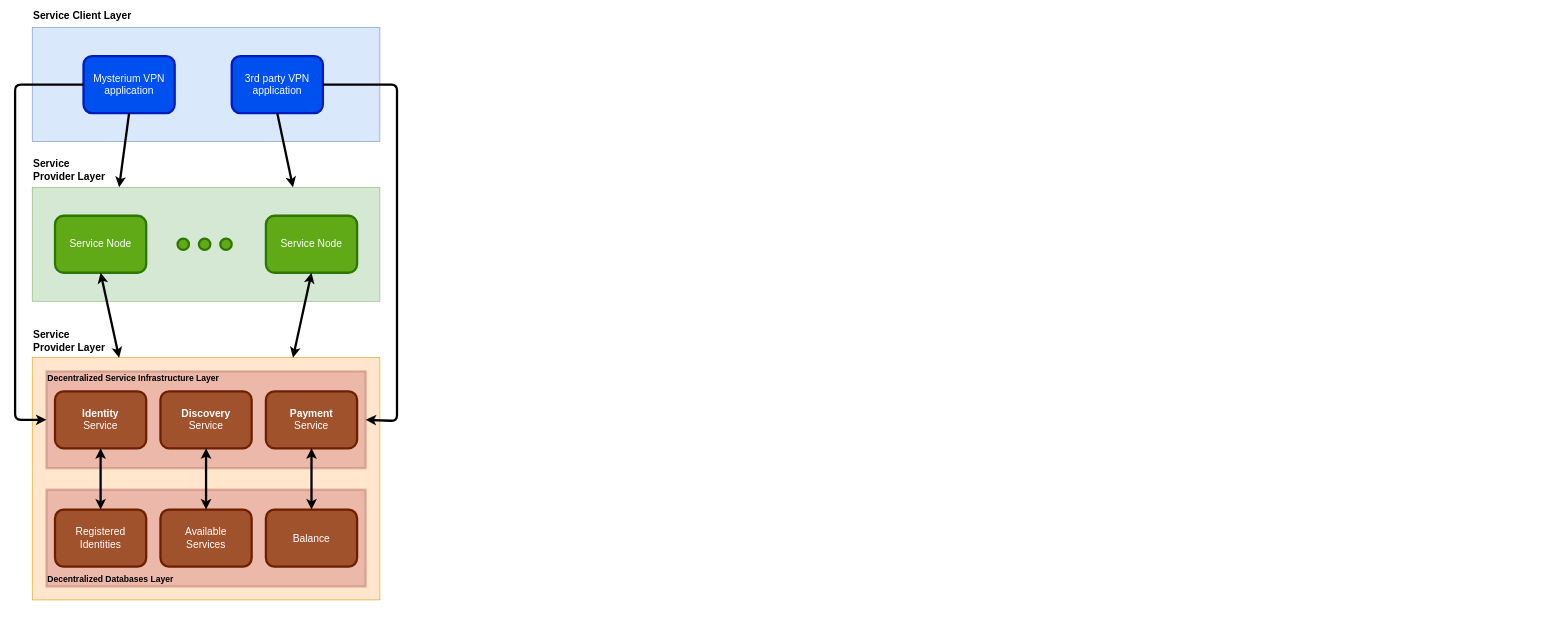
Above: page "Page-4" (4 of 11) of images/images.drawio in ilsergente1993/MasterThesis (draw.io), before the change. Source tidied: cells renumbered, new cells numbered last; positions are measured from the earlier drawing's top-left corner, leaving out a move shared by most shapes. Both pictures are drawn from the tidied source at 57%, with x=0, y=0 at pixel (15, 10).
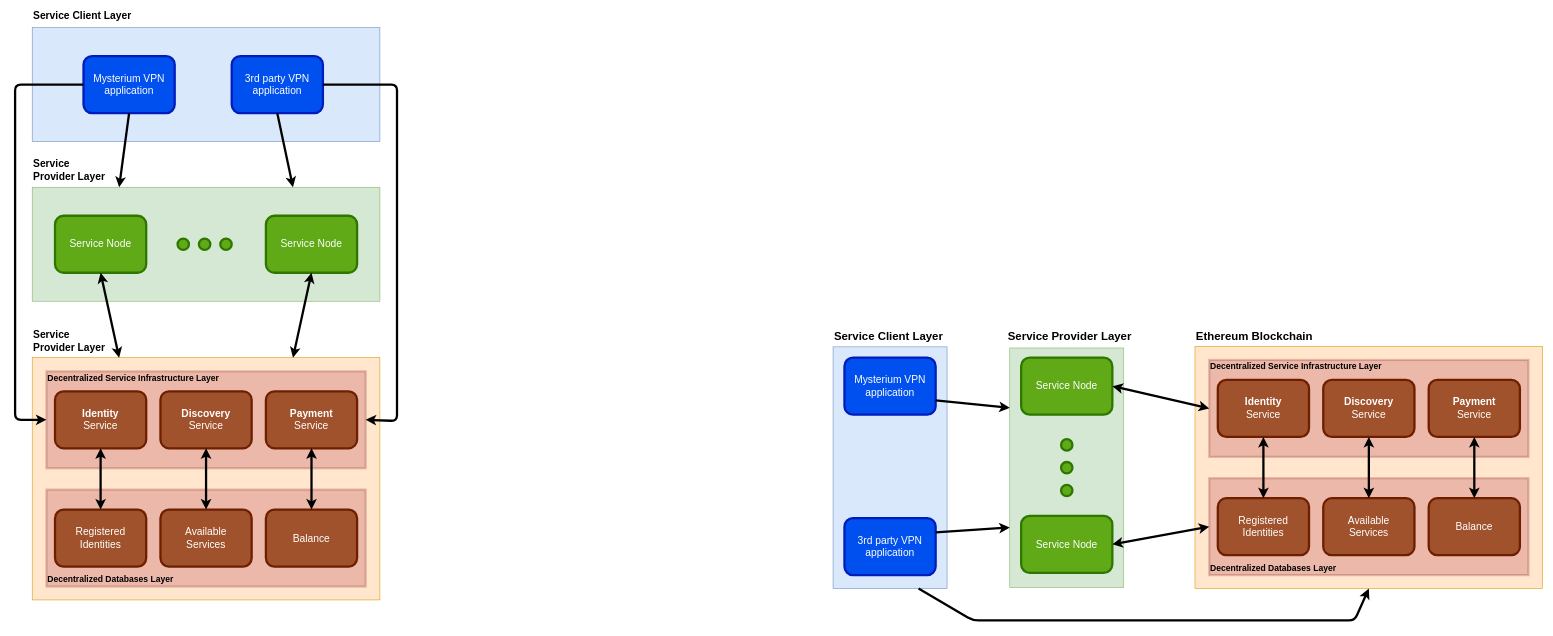
Above is the later version.

The edit, as a diff of the source:
```diff
@@
+    <mxCell id="34" style="rounded=0;whiteSpace=wrap;html=1;fillColor=#ffe6cc;strokeColor=#d79b00;" parent="1" vertex="1">
+      <mxGeometry x="2070" y="589" width="610" height="425" as="geometry" />
+    </mxCell>
+    <mxCell id="35" style="rounded=0;whiteSpace=wrap;html=1;fillColor=#a20025;strokeColor=#6F0000;strokeWidth=4;fontColor=#ffffff;opacity=20;" parent="1" vertex="1">
+      <mxGeometry x="2095" y="613" width="560" height="170" as="geometry" />
+    </mxCell>
+    <mxCell id="36" style="rounded=0;whiteSpace=wrap;html=1;fillColor=#dae8fc;strokeColor=#6c8ebf;" parent="1" vertex="1">
+      <mxGeometry x="1435" y="590" width="200" height="424" as="geometry" />
+    </mxCell>
+    <mxCell id="37" value="Service Client Layer" style="text;html=1;strokeColor=none;fillColor=none;align=left;verticalAlign=middle;whiteSpace=wrap;rounded=0;fontStyle=1;fontSize=20;" parent="1" vertex="1">
+      <mxGeometry x="1435" y="560" width="230" height="20" as="geometry" />
+    </mxCell>
+    <mxCell id="38" value="Mysterium VPN application" style="rounded=1;whiteSpace=wrap;html=1;align=center;fontSize=18;fillColor=#0050ef;strokeColor=#001DBC;fontColor=#ffffff;strokeWidth=4;" parent="1" vertex="1">
+      <mxGeometry x="1455" y="609" width="160" height="100" as="geometry" />
+    </mxCell>
+    <mxCell id="39" value="3rd party VPN application" style="rounded=1;whiteSpace=wrap;html=1;align=center;fontSize=18;fillColor=#0050ef;strokeColor=#001DBC;fontColor=#ffffff;strokeWidth=4;" parent="1" vertex="1">
+      <mxGeometry x="1455" y="890.5" width="160" height="100" as="geometry" />
+    </mxCell>
+    <mxCell id="40" style="rounded=0;whiteSpace=wrap;html=1;fillColor=#d5e8d4;strokeColor=#82b366;rotation=90;" parent="1" vertex="1">
+      <mxGeometry x="1635" y="702" width="420" height="200" as="geometry" />
+    </mxCell>
+    <mxCell id="41" value="Service Provider Layer" style="text;html=1;strokeColor=none;fillColor=none;align=left;verticalAlign=middle;whiteSpace=wrap;rounded=0;fontStyle=1;fontSize=20;" parent="1" vertex="1">
+      <mxGeometry x="1740" y="560" width="250" height="20" as="geometry" />
+    </mxCell>
+    <mxCell id="42" value="Service Node" style="rounded=1;whiteSpace=wrap;html=1;align=center;fontSize=18;fillColor=#60a917;strokeColor=#2D7600;fontColor=#ffffff;strokeWidth=4;" parent="1" vertex="1">
+      <mxGeometry x="1765" y="609" width="160" height="100" as="geometry" />
+    </mxCell>
+    <mxCell id="43" value="Service Node" style="rounded=1;whiteSpace=wrap;html=1;align=center;fontSize=18;fillColor=#60a917;strokeColor=#2D7600;fontColor=#ffffff;strokeWidth=4;" parent="1" vertex="1">
+      <mxGeometry x="1765" y="886.5" width="160" height="100" as="geometry" />
+    </mxCell>
+    <mxCell id="44" value="Ethereum Blockchain" style="text;html=1;strokeColor=none;fillColor=none;align=left;verticalAlign=middle;whiteSpace=wrap;rounded=0;fontStyle=1;fontSize=20;" parent="1" vertex="1">
+      <mxGeometry x="2070" y="560" width="280" height="20" as="geometry" />
+    </mxCell>
+    <mxCell id="45" value="&lt;b&gt;Identity&lt;br&gt;&lt;/b&gt;Service" style="rounded=1;whiteSpace=wrap;html=1;align=center;fontSize=18;fillColor=#a0522d;strokeColor=#6D1F00;fontColor=#ffffff;strokeWidth=4;" parent="1" vertex="1">
+      <mxGeometry x="2110" y="648" width="160" height="100" as="geometry" />
+    </mxCell>
+    <mxCell id="46" value="&lt;b&gt;Payment&lt;br&gt;&lt;/b&gt;Service" style="rounded=1;whiteSpace=wrap;html=1;align=center;fontSize=18;fillColor=#a0522d;strokeColor=#6D1F00;fontColor=#ffffff;strokeWidth=4;" parent="1" vertex="1">
+      <mxGeometry x="2480" y="648" width="160" height="100" as="geometry" />
+    </mxCell>
+    <mxCell id="47" value="&lt;b&gt;Discovery&lt;br&gt;&lt;/b&gt;Service" style="rounded=1;whiteSpace=wrap;html=1;align=center;fontSize=18;fillColor=#a0522d;strokeColor=#6D1F00;fontColor=#ffffff;strokeWidth=4;" parent="1" vertex="1">
+      <mxGeometry x="2295" y="648" width="160" height="100" as="geometry" />
+    </mxCell>
+    <mxCell id="48" style="rounded=0;whiteSpace=wrap;html=1;fillColor=#a20025;strokeColor=#6F0000;strokeWidth=4;fontColor=#ffffff;opacity=20;" parent="1" vertex="1">
+      <mxGeometry x="2095" y="820.5" width="560" height="170" as="geometry" />
+    </mxCell>
+    <mxCell id="49" value="Registered Identities" style="rounded=1;whiteSpace=wrap;html=1;align=center;fontSize=18;fillColor=#a0522d;strokeColor=#6D1F00;fontColor=#ffffff;strokeWidth=4;" parent="1" vertex="1">
+      <mxGeometry x="2110" y="855.5" width="160" height="100" as="geometry" />
+    </mxCell>
+    <mxCell id="50" value="Balance" style="rounded=1;whiteSpace=wrap;html=1;align=center;fontSize=18;fillColor=#a0522d;strokeColor=#6D1F00;fontColor=#ffffff;strokeWidth=4;" parent="1" vertex="1">
+      <mxGeometry x="2480" y="855.5" width="160" height="100" as="geometry" />
+    </mxCell>
+    <mxCell id="51" value="Available&lt;br&gt;Services" style="rounded=1;whiteSpace=wrap;html=1;align=center;fontSize=18;fillColor=#a0522d;strokeColor=#6D1F00;fontColor=#ffffff;strokeWidth=4;" parent="1" vertex="1">
+      <mxGeometry x="2295" y="855.5" width="160" height="100" as="geometry" />
+    </mxCell>
+    <mxCell id="52" value="Decentralized Service Infrastructure Layer" style="text;html=1;strokeColor=none;fillColor=none;align=left;verticalAlign=middle;whiteSpace=wrap;rounded=0;fontStyle=1;fontSize=15;" parent="1" vertex="1">
+      <mxGeometry x="2095" y="614" width="425" height="20" as="geometry" />
+    </mxCell>
+    <mxCell id="53" value="Decentralized Databases Layer" style="text;html=1;strokeColor=none;fillColor=none;align=left;verticalAlign=middle;whiteSpace=wrap;rounded=0;fontStyle=1;fontSize=15;" parent="1" vertex="1">
+      <mxGeometry x="2095" y="966.5" width="425" height="20" as="geometry" />
+    </mxCell>
+    <mxCell id="54" style="endArrow=classic;startArrow=classic;html=1;fontSize=15;entryX=0.5;entryY=1;entryDx=0;entryDy=0;exitX=0.5;exitY=0;exitDx=0;exitDy=0;strokeWidth=4;" parent="1" edge="1" source="49" target="45">
+      <mxGeometry relative="1" as="geometry" />
+    </mxCell>
+    <mxCell id="55" style="endArrow=classic;startArrow=classic;html=1;fontSize=15;entryX=0.5;entryY=1;entryDx=0;entryDy=0;exitX=0.5;exitY=0;exitDx=0;exitDy=0;strokeWidth=4;" parent="1" edge="1" source="51" target="47">
+      <mxGeometry relative="1" as="geometry" />
+    </mxCell>
+    <mxCell id="56" style="endArrow=classic;startArrow=classic;html=1;fontSize=15;entryX=0.5;entryY=1;entryDx=0;entryDy=0;exitX=0.5;exitY=0;exitDx=0;exitDy=0;strokeWidth=4;" parent="1" edge="1" source="50" target="46">
+      <mxGeometry relative="1" as="geometry" />
+    </mxCell>
+    <mxCell id="57" style="endArrow=classic;startArrow=classic;html=1;fontSize=15;entryX=1;entryY=0.5;entryDx=0;entryDy=0;exitX=0;exitY=0.5;exitDx=0;exitDy=0;strokeWidth=4;" parent="1" edge="1" source="35" target="42">
+      <mxGeometry relative="1" as="geometry" />
+    </mxCell>
+    <mxCell id="58" style="endArrow=classic;startArrow=classic;html=1;fontSize=15;exitX=0;exitY=0.5;exitDx=0;exitDy=0;strokeWidth=4;entryX=1;entryY=0.5;entryDx=0;entryDy=0;" parent="1" edge="1" source="48" target="43">
+      <mxGeometry relative="1" as="geometry" />
+    </mxCell>
+    <mxCell id="59" style="endArrow=none;startArrow=classic;html=1;fontSize=15;exitX=0.25;exitY=1;exitDx=0;exitDy=0;strokeWidth=4;entryX=1;entryY=0.75;entryDx=0;entryDy=0;endFill=0;" parent="1" edge="1" source="40" target="38">
+      <mxGeometry relative="1" as="geometry" />
+    </mxCell>
+    <mxCell id="60" style="endArrow=none;startArrow=classic;html=1;fontSize=15;exitX=0.75;exitY=1;exitDx=0;exitDy=0;strokeWidth=4;entryX=1;entryY=0.25;entryDx=0;entryDy=0;endFill=0;" parent="1" edge="1" source="40" target="39">
+      <mxGeometry relative="1" as="geometry" />
+    </mxCell>
+    <mxCell id="61" style="group;" parent="1" vertex="1">
+      <mxGeometry x="1797.5" y="779" width="95" height="20" as="geometry" />
+    </mxCell>
+    <mxCell id="62" style="ellipse;whiteSpace=wrap;html=1;strokeColor=#2D7600;strokeWidth=4;fillColor=#60a917;fontSize=15;align=center;fontColor=#ffffff;" parent="61" vertex="1">
+      <mxGeometry x="37.5" y="13" width="20" height="20" as="geometry" />
+    </mxCell>
+    <mxCell id="63" style="ellipse;whiteSpace=wrap;html=1;strokeColor=#2D7600;strokeWidth=4;fillColor=#60a917;fontSize=15;align=center;fontColor=#ffffff;" parent="1" vertex="1">
+      <mxGeometry x="1835" y="752" width="20" height="20" as="geometry" />
+    </mxCell>
+    <mxCell id="64" style="ellipse;whiteSpace=wrap;html=1;strokeColor=#2D7600;strokeWidth=4;fillColor=#60a917;fontSize=15;align=center;fontColor=#ffffff;" parent="1" vertex="1">
+      <mxGeometry x="1835" y="832" width="20" height="20" as="geometry" />
+    </mxCell>
+    <mxCell id="65" style="endArrow=none;startArrow=classic;html=1;fontSize=15;exitX=0.5;exitY=1;exitDx=0;exitDy=0;strokeWidth=4;rounded=1;endFill=0;entryX=0.75;entryY=1;entryDx=0;entryDy=0;" parent="1" edge="1" source="34" target="36">
+      <mxGeometry relative="1" as="geometry">
+        <Array as="points">
+          <mxPoint x="2350" y="1070" />
+          <mxPoint x="1680" y="1070" />
+        </Array>
+      </mxGeometry>
+    </mxCell>
```
